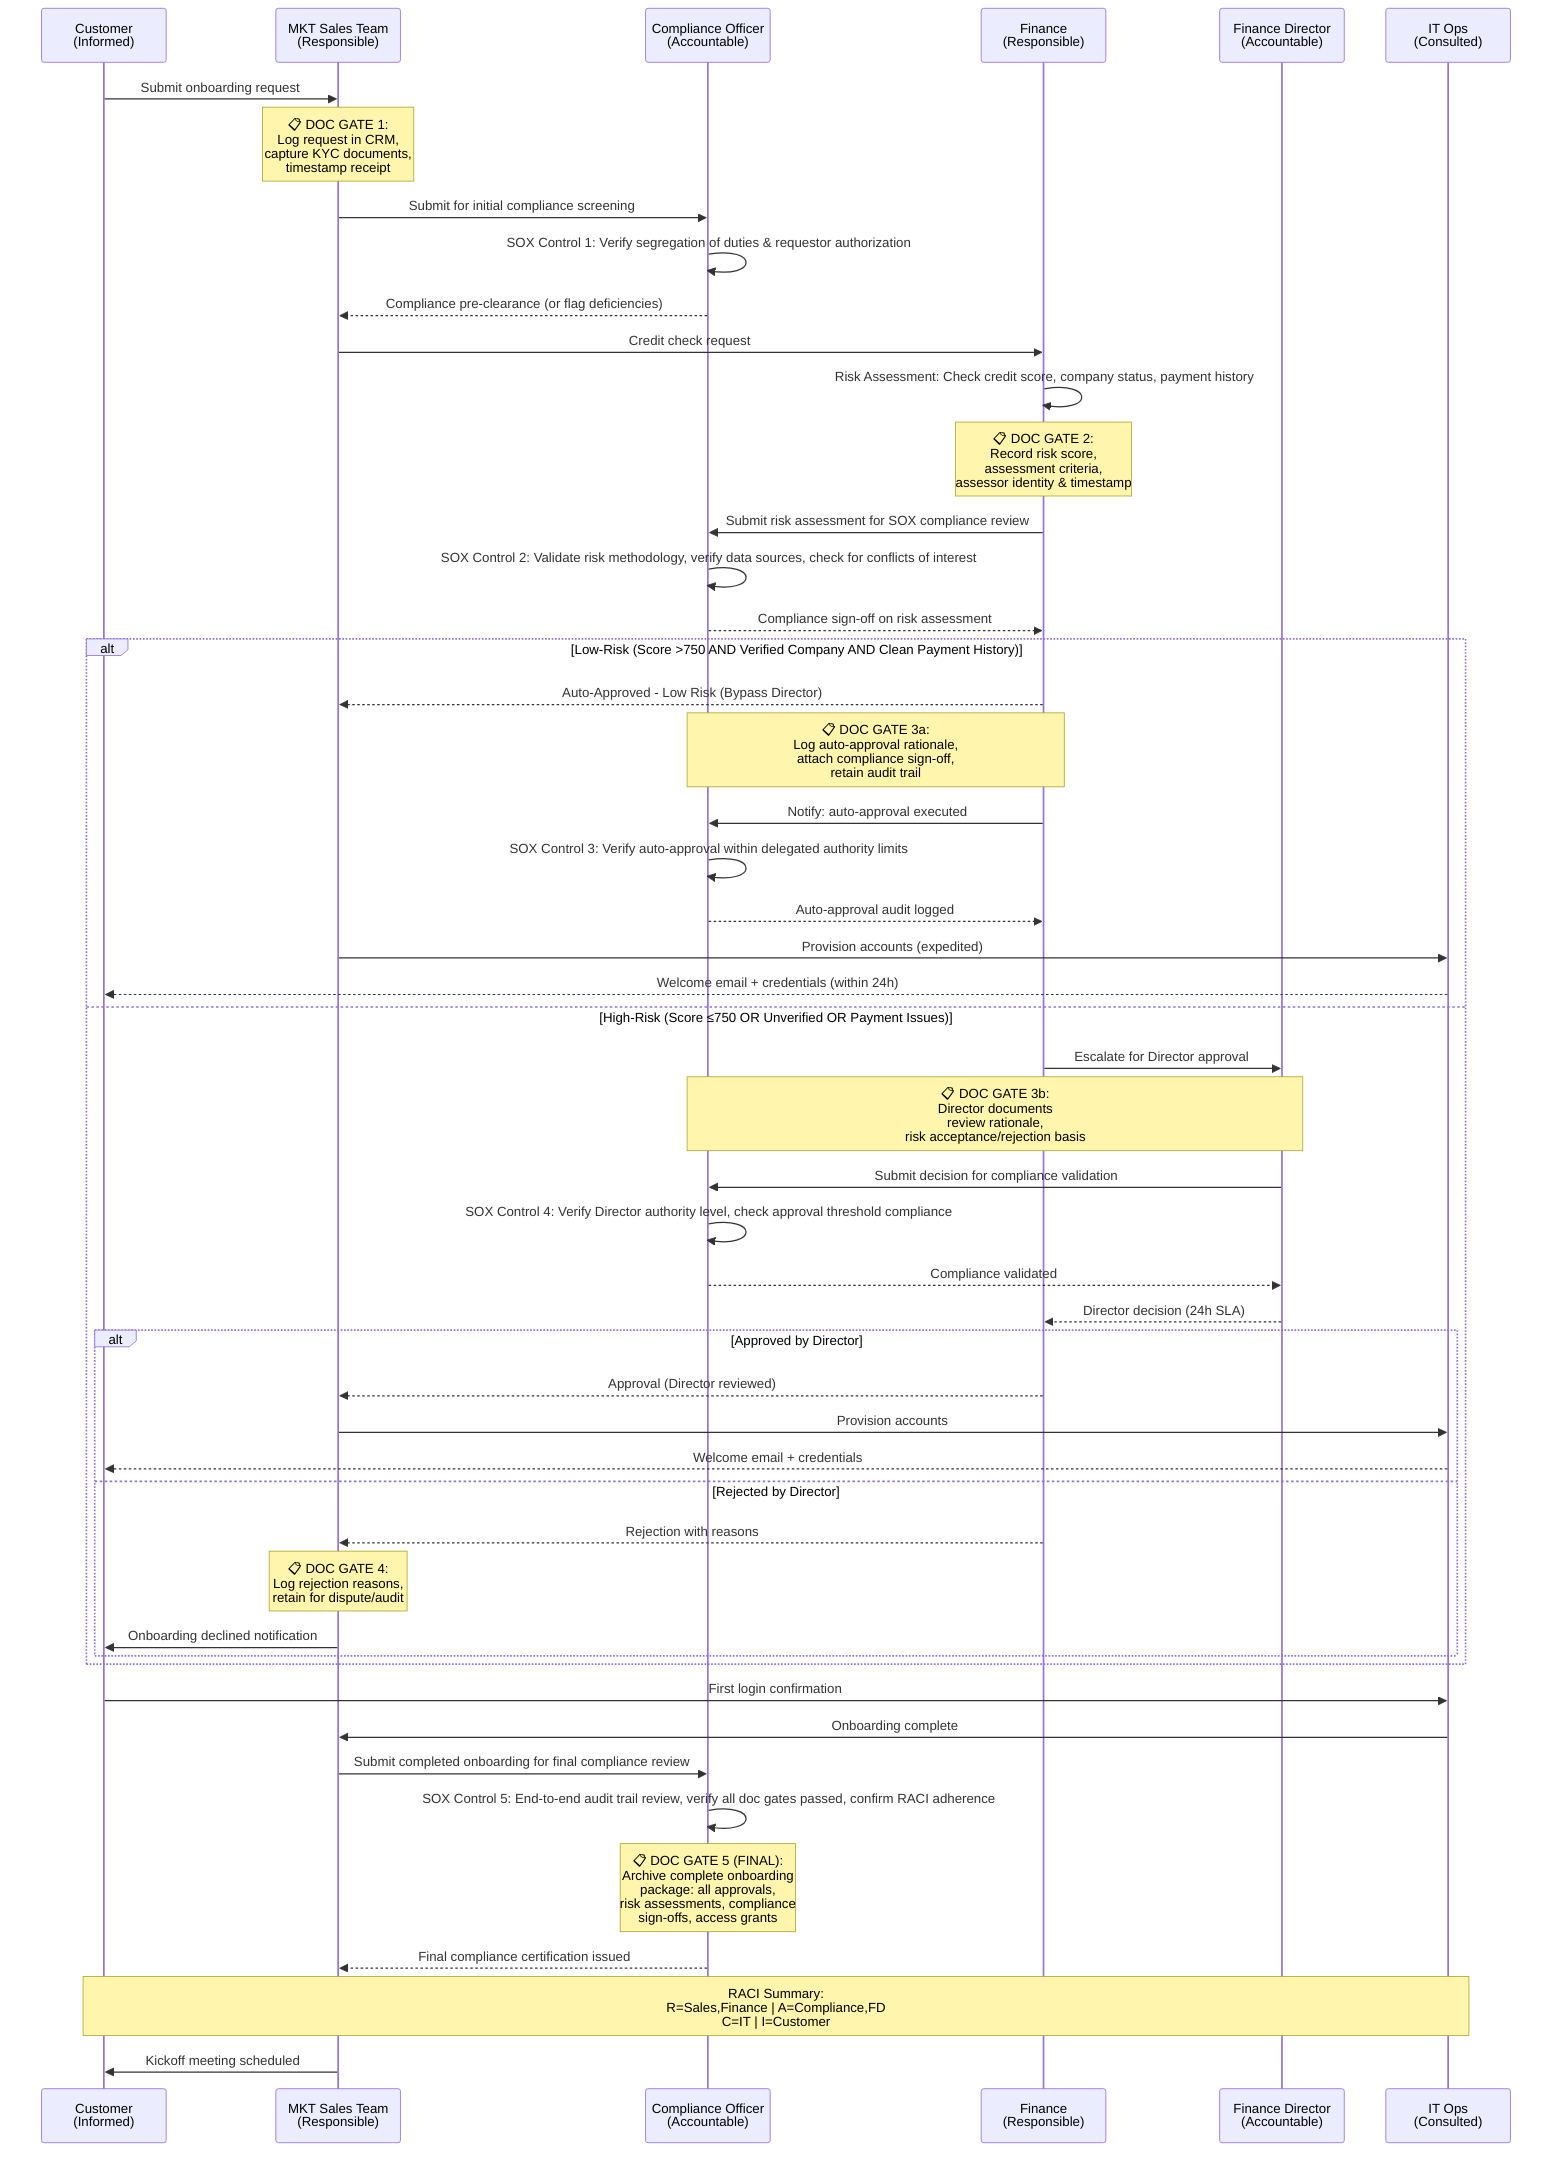
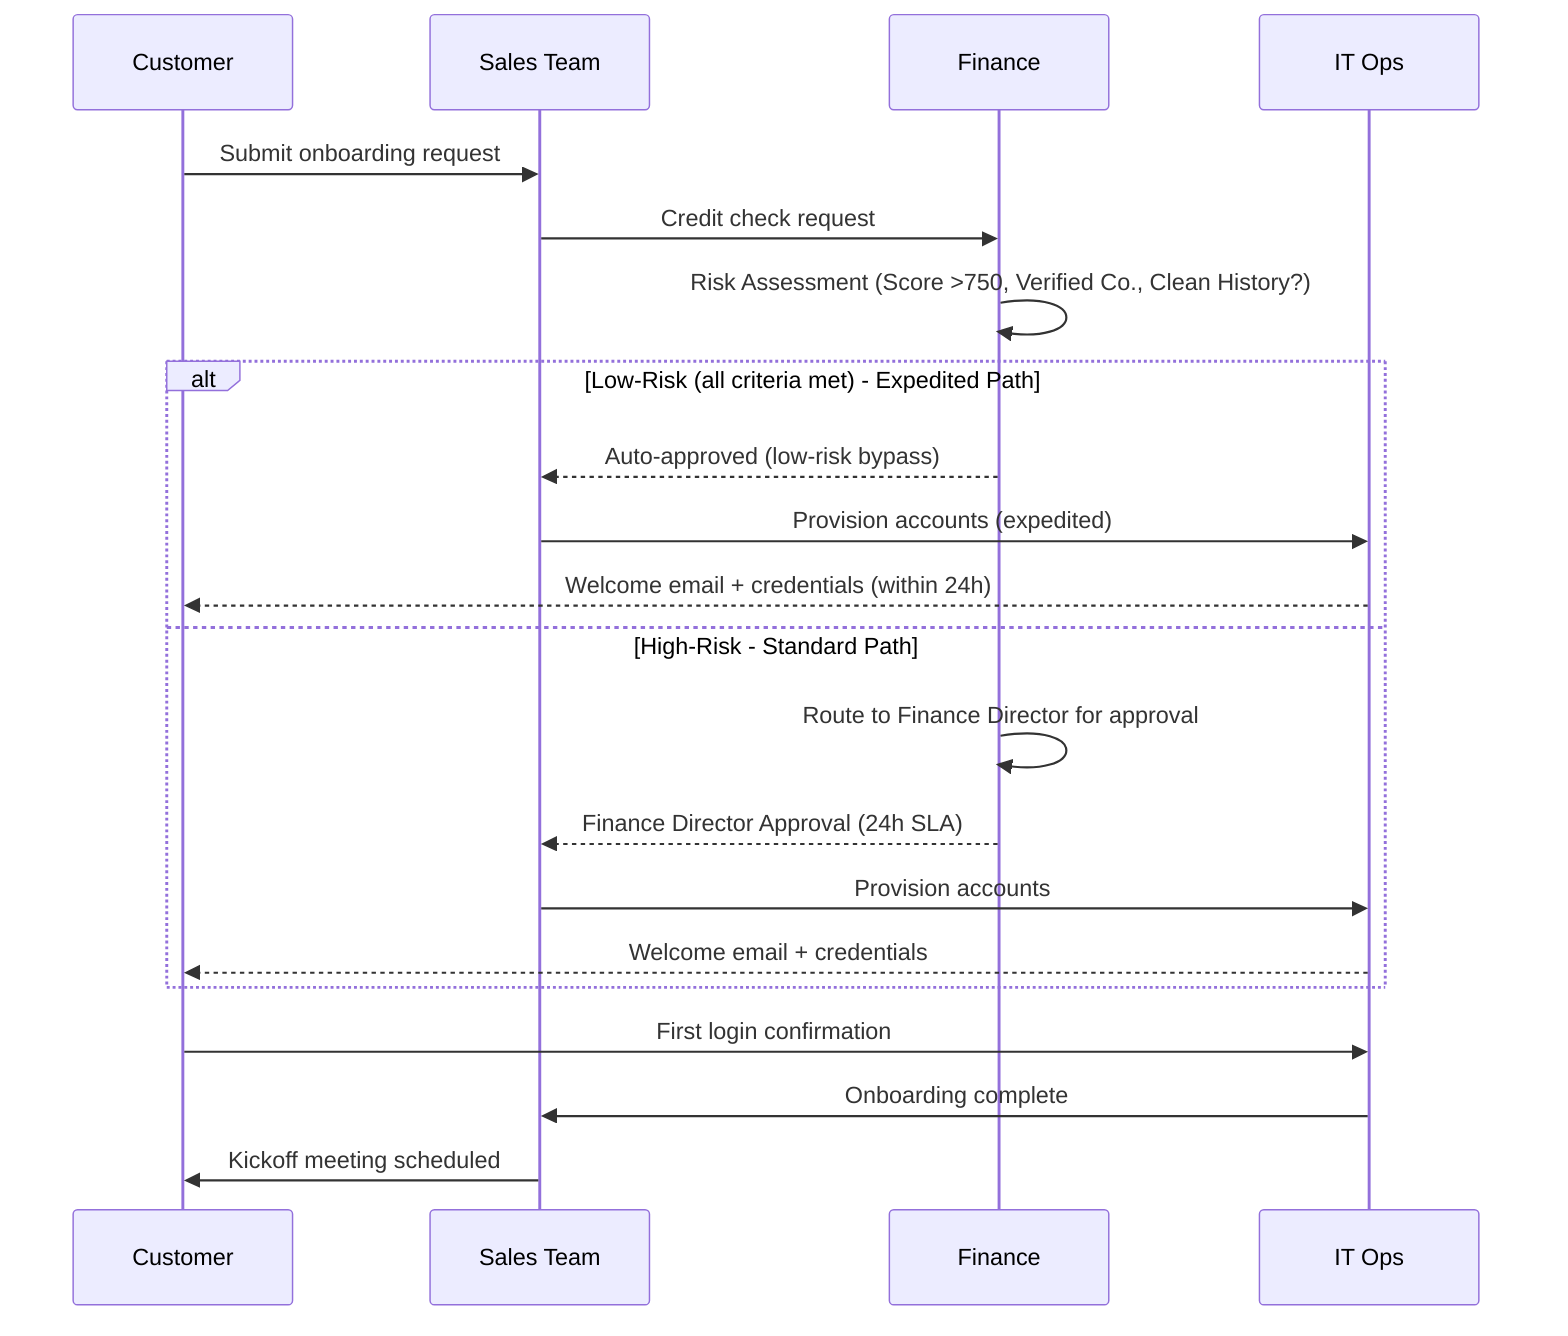
sequenceDiagram
-     participant C as Customer<br/>(Informed)
-     participant S as MKT Sales Team<br/>(Responsible)
-     participant CO as Compliance Officer<br/>(Accountable)
-     participant F as Finance<br/>(Responsible)
-     participant FD as Finance Director<br/>(Accountable)
-     participant IT as IT Ops<br/>(Consulted)
+     participant C as Customer
+     participant S as Sales Team
+     participant F as Finance
+     participant IT as IT Ops

    C->>S: Submit onboarding request
- 
-     %% ⚡ CHANGED SECTION - Documentation Gate 1: Request Intake
-     Note over S: 📋 DOC GATE 1:<br/>Log request in CRM,<br/>capture KYC documents,<br/>timestamp receipt
-     S->>CO: Submit for initial compliance screening
-     CO->>CO: SOX Control 1: Verify segregation of duties & requestor authorization
-     CO-->>S: Compliance pre-clearance (or flag deficiencies)
-     %% ⚡ END CHANGED SECTION
- 
    S->>F: Credit check request
- 
-     %% ⚡ CHANGED SECTION - Risk assessment with SOX controls & documentation gates
-     F->>F: Risk Assessment: Check credit score, company status, payment history
- 
-     %% ⚡ CHANGED SECTION - Documentation Gate 2: Risk Assessment Record
-     Note over F: 📋 DOC GATE 2:<br/>Record risk score,<br/>assessment criteria,<br/>assessor identity & timestamp
- 
-     F->>CO: Submit risk assessment for SOX compliance review
-     CO->>CO: SOX Control 2: Validate risk methodology, verify data sources, check for conflicts of interest
-     CO-->>F: Compliance sign-off on risk assessment
- 
-     alt Low-Risk (Score >750 AND Verified Company AND Clean Payment History)
-         F-->>S: Auto-Approved - Low Risk (Bypass Director)
- 
-         %% ⚡ CHANGED SECTION - SOX Control for auto-approval
-         Note over F,CO: 📋 DOC GATE 3a:<br/>Log auto-approval rationale,<br/>attach compliance sign-off,<br/>retain audit trail
-         F->>CO: Notify: auto-approval executed
-         CO->>CO: SOX Control 3: Verify auto-approval within delegated authority limits
-         CO-->>F: Auto-approval audit logged
-         %% ⚡ END CHANGED SECTION
- 
+     %% ⚡ CHANGED SECTION - Risk assessment after credit check
+     F->>F: Risk Assessment (Score >750, Verified Co., Clean History?)
+     alt Low-Risk (all criteria met) - Expedited Path
+         F-->>S: Auto-approved (low-risk bypass)
        S->>IT: Provision accounts (expedited)
        IT-->>C: Welcome email + credentials (within 24h)
-     else High-Risk (Score ≤750 OR Unverified OR Payment Issues)
-         F->>FD: Escalate for Director approval
- 
-         %% ⚡ CHANGED SECTION - SOX Control for Director review
-         Note over FD,CO: 📋 DOC GATE 3b:<br/>Director documents<br/>review rationale,<br/>risk acceptance/rejection basis
-         FD->>CO: Submit decision for compliance validation
-         CO->>CO: SOX Control 4: Verify Director authority level, check approval threshold compliance
-         CO-->>FD: Compliance validated
-         %% ⚡ END CHANGED SECTION
- 
-         FD-->>F: Director decision (24h SLA)
-         alt Approved by Director
-             F-->>S: Approval (Director reviewed)
-             S->>IT: Provision accounts
-             IT-->>C: Welcome email + credentials
-         else Rejected by Director
-             F-->>S: Rejection with reasons
- 
-             %% ⚡ CHANGED SECTION - Documentation Gate for rejection
-             Note over S: 📋 DOC GATE 4:<br/>Log rejection reasons,<br/>retain for dispute/audit
-             %% ⚡ END CHANGED SECTION
- 
-             S->>C: Onboarding declined notification
-         end
+     else High-Risk - Standard Path
+         F->>F: Route to Finance Director for approval
+         F-->>S: Finance Director Approval (24h SLA)
+         S->>IT: Provision accounts
+         IT-->>C: Welcome email + credentials
    end
- 
+     %% ⚡ END CHANGED SECTION
    C->>IT: First login confirmation
    IT->>S: Onboarding complete
- 
-     %% ⚡ CHANGED SECTION - Final compliance checkpoint & documentation gate
-     S->>CO: Submit completed onboarding for final compliance review
-     CO->>CO: SOX Control 5: End-to-end audit trail review, verify all doc gates passed, confirm RACI adherence
-     Note over CO: 📋 DOC GATE 5 (FINAL):<br/>Archive complete onboarding<br/>package: all approvals,<br/>risk assessments, compliance<br/>sign-offs, access grants
-     CO-->>S: Final compliance certification issued
-     Note over C,IT: RACI Summary:<br/>R=Sales,Finance | A=Compliance,FD<br/>C=IT | I=Customer
-     %% ⚡ END CHANGED SECTION
- 
    S->>C: Kickoff meeting scheduled

%% EXPLANATION:
- %% Added a Compliance Officer (CO) participant labeled as Accountable in the RACI framework, and labeled all existing participants with their RACI roles (Responsible, Accountable, Consulted, Informed). Inserted five SOX control checkpoints: (1) segregation of duties verification at intake, (2) risk methodology validation after credit assessment, (3a/3b) authority-level verification for both auto-approvals and Director decisions, and (5) end-to-end audit trail review at completion. Added five corresponding documentation gates (marked with 📋) requiring formal logging of request intake, risk assessment records, approval/rejection rationale, and a final archived onboarding package. A RACI summary note was added at the end for quick reference.+ %% Added a risk assessment step within Finance after the credit check request. An alt/else block now branches the flow: low-risk customers (score >750, verified company status, clean payment history) receive auto-approval and proceed directly to expedited account provisioning, while high-risk customers follow the original path requiring explicit Finance Director approval before provisioning. The post-provisioning steps (first login, onboarding complete, kickoff scheduling) remain shared for both paths.